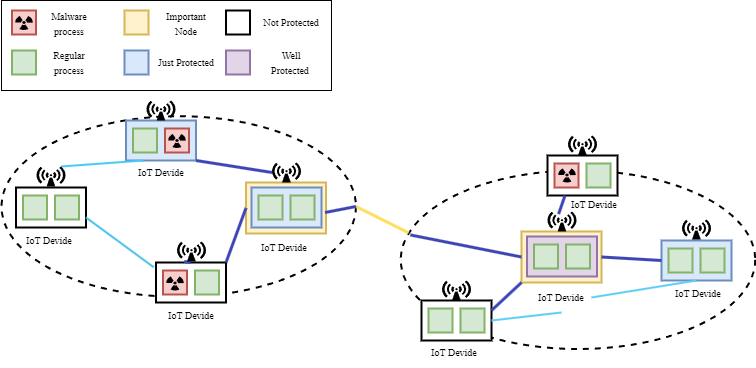
Creammilky/draw.io keeps this draw.io diagram as 名称未設定ファイル.drawio.png. Above is the earlier version. Source tidied: cells renumbered, new cells last; positions are measured from the earlier drawing's top-left corner, leaving out a move shared by most shapes.
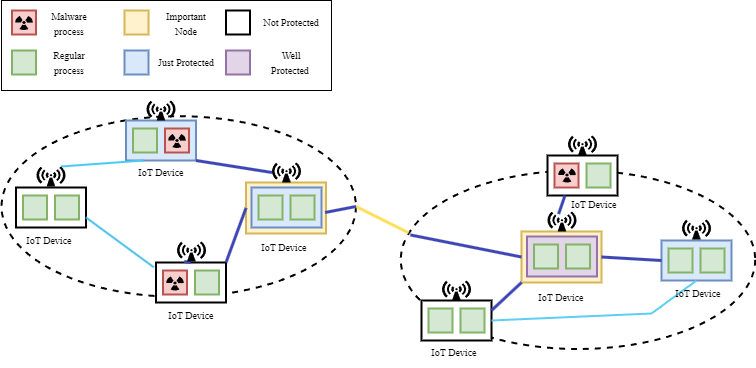
Above is the later version.

The edit, as a diff of the source:
```diff
@@ -152,9 +152,6 @@
     <mxCell id="51" style="shape=mxgraph.signs.safety.radiation;html=1;fillColor=#000000;strokeColor=none;verticalLabelPosition=bottom;verticalAlign=top;align=center;sketch=0;" parent="1" vertex="1">
       <mxGeometry x="556.5" y="168" width="18" height="14" as="geometry" />
     </mxCell>
-    <mxCell id="52" style="endArrow=none;html=1;rounded=0;entryX=1;entryY=0.5;entryDx=0;entryDy=0;strokeWidth=2;strokeColor=#5dcef4;exitX=0.5;exitY=1;exitDx=0;exitDy=0;" parent="1" edge="1" source="73" target="20">
-      <mxGeometry relative="1" as="geometry" />
-    </mxCell>
     <mxCell id="53" style="rounded=0;whiteSpace=wrap;html=1;" parent="1" vertex="1">
       <mxGeometry width="330" height="90" as="geometry" />
     </mxCell>
@@ -197,31 +194,35 @@
     <mxCell id="66" value="&lt;span style=&quot;font-size: 10px;&quot;&gt;&amp;nbsp;Not Protected&lt;/span&gt;" style="text;html=1;strokeColor=none;fillColor=none;align=center;verticalAlign=middle;whiteSpace=wrap;rounded=0;fontFamily=Times New Roman;" parent="1" vertex="1">
       <mxGeometry x="259" y="7" width="60" height="30" as="geometry" />
     </mxCell>
-    <mxCell id="67" value="&lt;span style=&quot;font-size: 10px;&quot;&gt;IoT Devide&lt;/span&gt;" style="text;html=1;strokeColor=none;fillColor=none;align=center;verticalAlign=middle;whiteSpace=wrap;rounded=0;fontFamily=Times New Roman;" parent="1" vertex="1">
+    <mxCell id="67" value="&lt;span style=&quot;font-size: 10px;&quot;&gt;IoT Device&lt;/span&gt;" style="text;html=1;strokeColor=none;fillColor=none;align=center;verticalAlign=middle;whiteSpace=wrap;rounded=0;fontFamily=Times New Roman;" parent="1" vertex="1">
       <mxGeometry x="129.5" y="157" width="60" height="30" as="geometry" />
     </mxCell>
-    <mxCell id="68" value="&lt;span style=&quot;font-size: 10px;&quot;&gt;IoT Devide&lt;/span&gt;" style="text;html=1;strokeColor=none;fillColor=none;align=center;verticalAlign=middle;whiteSpace=wrap;rounded=0;fontFamily=Times New Roman;" parent="1" vertex="1">
+    <mxCell id="68" value="&lt;span style=&quot;font-size: 10px;&quot;&gt;IoT Device&lt;/span&gt;" style="text;html=1;strokeColor=none;fillColor=none;align=center;verticalAlign=middle;whiteSpace=wrap;rounded=0;fontFamily=Times New Roman;" parent="1" vertex="1">
       <mxGeometry x="17.5" y="225" width="60" height="30" as="geometry" />
     </mxCell>
-    <mxCell id="69" value="&lt;span style=&quot;font-size: 10px;&quot;&gt;IoT Devide&lt;/span&gt;" style="text;html=1;strokeColor=none;fillColor=none;align=center;verticalAlign=middle;whiteSpace=wrap;rounded=0;fontFamily=Times New Roman;" parent="1" vertex="1">
+    <mxCell id="69" value="&lt;span style=&quot;font-size: 10px;&quot;&gt;IoT Device&lt;/span&gt;" style="text;html=1;strokeColor=none;fillColor=none;align=center;verticalAlign=middle;whiteSpace=wrap;rounded=0;fontFamily=Times New Roman;" parent="1" vertex="1">
       <mxGeometry x="159.5" y="300" width="60" height="30" as="geometry" />
     </mxCell>
-    <mxCell id="70" value="&lt;span style=&quot;font-size: 10px;&quot;&gt;IoT Devide&lt;/span&gt;" style="text;html=1;strokeColor=none;fillColor=none;align=center;verticalAlign=middle;whiteSpace=wrap;rounded=0;fontFamily=Times New Roman;" parent="1" vertex="1">
+    <mxCell id="70" value="&lt;span style=&quot;font-size: 10px;&quot;&gt;IoT Device&lt;/span&gt;" style="text;html=1;strokeColor=none;fillColor=none;align=center;verticalAlign=middle;whiteSpace=wrap;rounded=0;fontFamily=Times New Roman;" parent="1" vertex="1">
       <mxGeometry x="253" y="232" width="60" height="30" as="geometry" />
     </mxCell>
-    <mxCell id="71" value="&lt;span style=&quot;font-size: 10px;&quot;&gt;IoT Devide&lt;/span&gt;" style="text;html=1;strokeColor=none;fillColor=none;align=center;verticalAlign=middle;whiteSpace=wrap;rounded=0;fontFamily=Times New Roman;" parent="1" vertex="1">
+    <mxCell id="71" value="&lt;span style=&quot;font-size: 10px;&quot;&gt;IoT Device&lt;/span&gt;" style="text;html=1;strokeColor=none;fillColor=none;align=center;verticalAlign=middle;whiteSpace=wrap;rounded=0;fontFamily=Times New Roman;" parent="1" vertex="1">
       <mxGeometry x="423" y="337" width="60" height="30" as="geometry" />
     </mxCell>
-    <mxCell id="72" style="endArrow=none;html=1;rounded=0;entryX=1;entryY=0.5;entryDx=0;entryDy=0;strokeWidth=2;strokeColor=#5dcef4;exitX=0.5;exitY=1;exitDx=0;exitDy=0;" parent="1" edge="1" source="23" target="73">
-      <mxGeometry relative="1" as="geometry" />
+    <mxCell id="72" style="endArrow=none;html=1;rounded=0;entryX=1;entryY=0.5;entryDx=0;entryDy=0;strokeWidth=2;strokeColor=#5dcef4;exitX=0.5;exitY=1;exitDx=0;exitDy=0;" parent="1" edge="1" source="23" target="20">
+      <mxGeometry relative="1" as="geometry">
+        <Array as="points">
+          <mxPoint x="650" y="313" />
+        </Array>
+      </mxGeometry>
     </mxCell>
-    <mxCell id="73" value="&lt;span style=&quot;font-size: 10px;&quot;&gt;IoT Devide&lt;/span&gt;" style="text;html=1;strokeColor=none;fillColor=none;align=center;verticalAlign=middle;whiteSpace=wrap;rounded=0;fontFamily=Times New Roman;" parent="1" vertex="1">
+    <mxCell id="73" value="&lt;span style=&quot;font-size: 10px;&quot;&gt;IoT Device&lt;/span&gt;" style="text;html=1;strokeColor=none;fillColor=none;align=center;verticalAlign=middle;whiteSpace=wrap;rounded=0;fontFamily=Times New Roman;" parent="1" vertex="1">
       <mxGeometry x="530" y="282" width="60" height="30" as="geometry" />
     </mxCell>
-    <mxCell id="74" value="&lt;span style=&quot;font-size: 10px;&quot;&gt;IoT Devide&lt;/span&gt;" style="text;html=1;strokeColor=none;fillColor=none;align=center;verticalAlign=middle;whiteSpace=wrap;rounded=0;fontFamily=Times New Roman;" parent="1" vertex="1">
+    <mxCell id="74" value="&lt;span style=&quot;font-size: 10px;&quot;&gt;IoT Device&lt;/span&gt;" style="text;html=1;strokeColor=none;fillColor=none;align=center;verticalAlign=middle;whiteSpace=wrap;rounded=0;fontFamily=Times New Roman;" parent="1" vertex="1">
       <mxGeometry x="563" y="189" width="60" height="30" as="geometry" />
     </mxCell>
-    <mxCell id="75" value="&lt;span style=&quot;font-size: 10px;&quot;&gt;IoT Devide&lt;/span&gt;" style="text;html=1;strokeColor=none;fillColor=none;align=center;verticalAlign=middle;whiteSpace=wrap;rounded=0;fontFamily=Times New Roman;" parent="1" vertex="1">
+    <mxCell id="75" value="&lt;span style=&quot;font-size: 10px;&quot;&gt;IoT Device&lt;/span&gt;" style="text;html=1;strokeColor=none;fillColor=none;align=center;verticalAlign=middle;whiteSpace=wrap;rounded=0;fontFamily=Times New Roman;" parent="1" vertex="1">
       <mxGeometry x="667" y="278" width="60" height="30" as="geometry" />
     </mxCell>
   </root>
```
